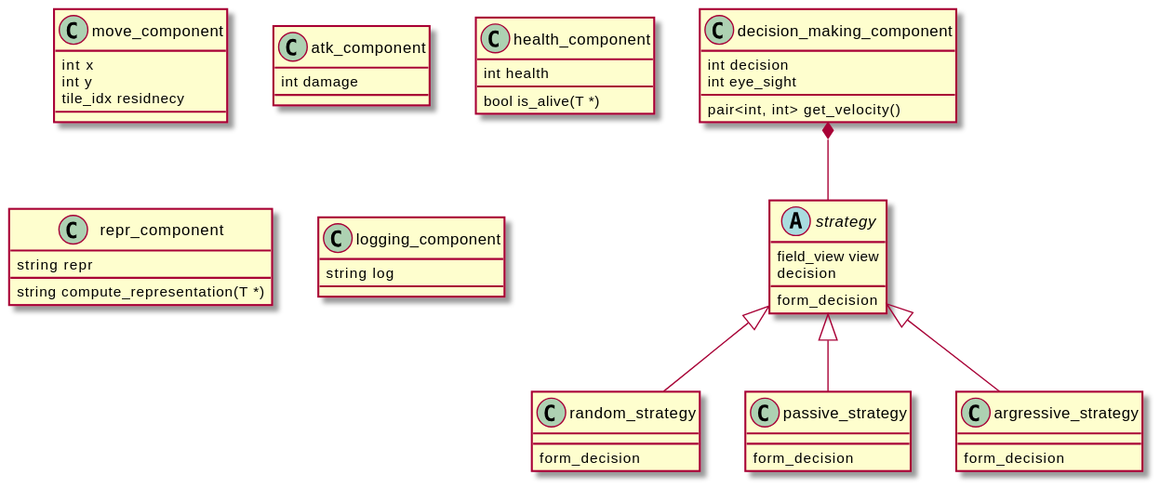
Earlier version of the PlantUML export uml/componentDigram.svg (FrogOfJuly/rogue-like). Source of this version:
```plantuml
@startuml componentDigram
    class move_component {
        {field} int x
        {field} int y
        {field} tile_idx residnecy
    }

    class atk_component {
        {field} int damage
    }

    class health_component {
        {field} int health
        {method} bool is_alive(T *)
    }

    class repr_component {
        {field} string repr
        {method} string compute_representation(T *)
    }

    class decision_making_component {
        {field} int decision
        {field} int eye_sight
        {method} pair<int, int> get_velocity()
    }

    class logging_component {
        {field} string log
    }

    abstract strategy{
        {field} field_view view
        {field} decision
        {method} form_decision
    }

    class random_strategy{
        {method} form_decision
    }
    class passive_strategy{
        {method} form_decision
    }
    class argressive_strategy{
        {method} form_decision
    }

    decision_making_component *-- strategy

    strategy <|-- random_strategy
    strategy <|-- passive_strategy
    strategy <|-- argressive_strategy



@enduml
```
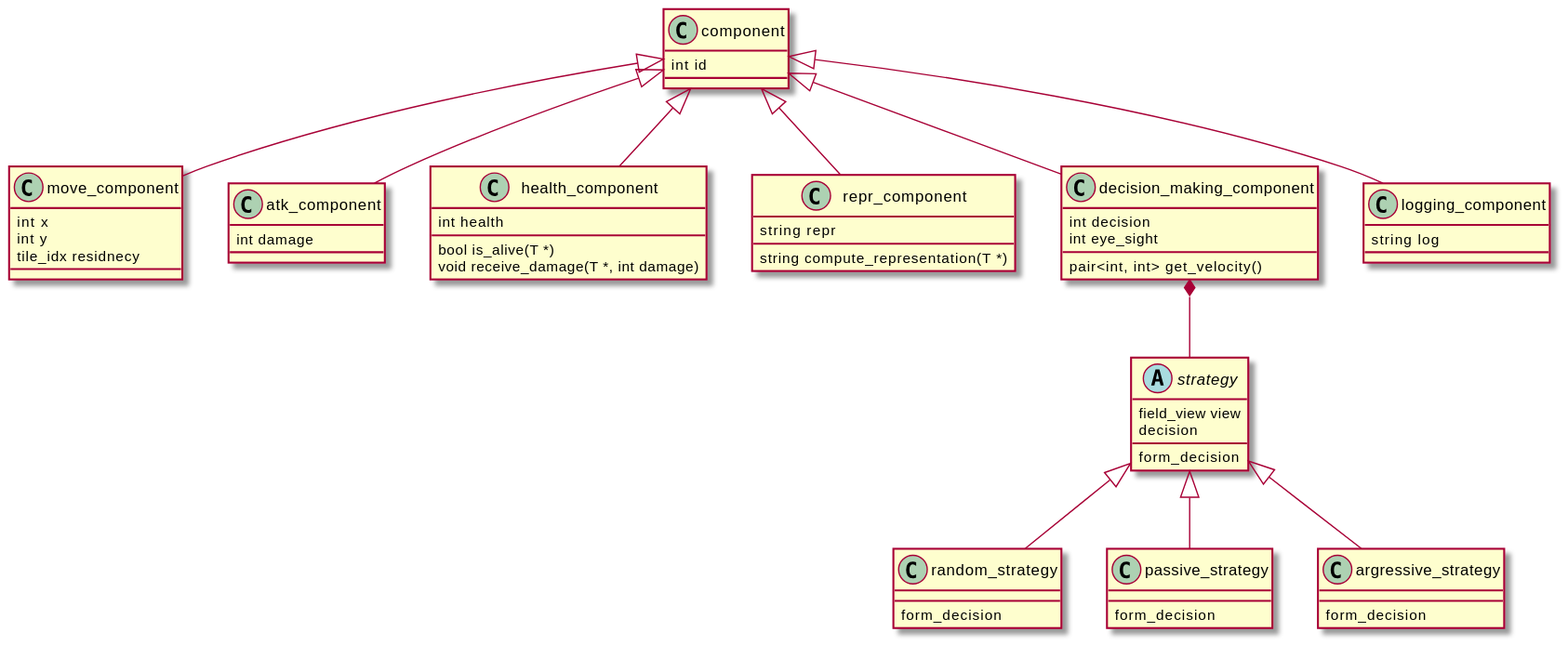
Later version of the same file.

Diff of the diagram source:
```diff
@@ -1,4 +1,8 @@
 @startuml componentDigram
+    class component{
+        {field} int id
+    }
+
     class move_component {
         {field} int x
         {field} int y
@@ -12,6 +16,7 @@
     class health_component {
         {field} int health
         {method} bool is_alive(T *)
+        {method} void receive_damage(T *, int damage)
     }
 
     class repr_component {
@@ -45,6 +50,14 @@
         {method} form_decision
     }
 
+    component <|-- move_component
+    component <|-- atk_component
+    component <|-- health_component
+    component <|-- repr_component
+    component <|-- decision_making_component
+    component <|-- logging_component
+
+
     decision_making_component *-- strategy
 
     strategy <|-- random_strategy
```
